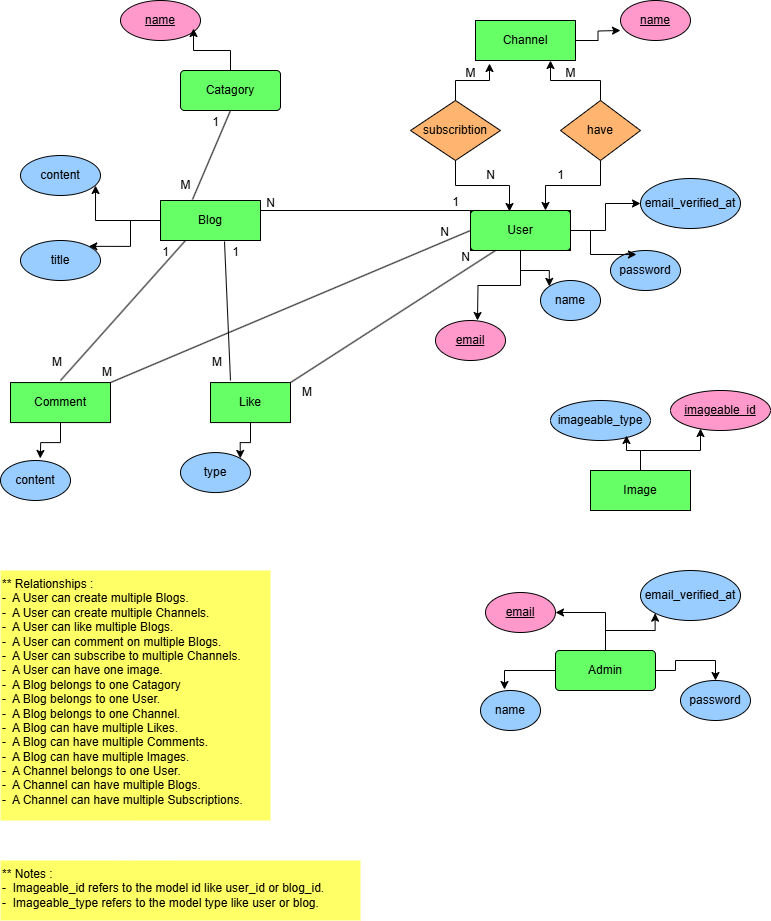
Earlier version of the draw.io export ERD.png (MohamedEmadEldeen09/Blog-Rest-Api). Source tidied: cells renumbered, new cells last; positions are measured from the earlier drawing's top-left corner, leaving out a move shared by most shapes.
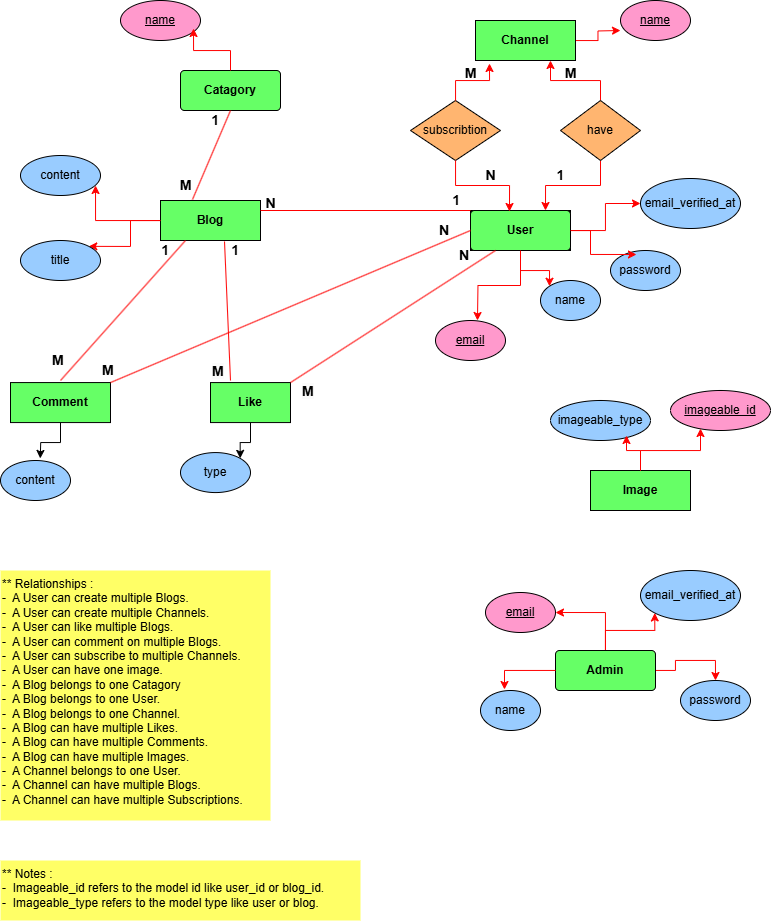
Later version of the same file.

Commit message:
make the erd background as white

What changed in the source:
```diff
@@ -1,2 +1,2 @@
-<mxGraphModel>
+<mxGraphModel background="#FFFFFF">
   <root>
@@ -61,18 +61,18 @@
     </mxCell>
-    <mxCell id="21" style="edgeStyle=orthogonalEdgeStyle;rounded=0;jettySize=auto;html=1;" parent="1" edge="1" source="23" target="40">
+    <mxCell id="21" style="edgeStyle=orthogonalEdgeStyle;rounded=0;jettySize=auto;html=1;strokeColor=#FF0000;" parent="1" edge="1" source="23" target="40">
       <mxGeometry relative="1" as="geometry" />
     </mxCell>
-    <mxCell id="22" style="edgeStyle=orthogonalEdgeStyle;rounded=0;jettySize=auto;html=1;entryX=0;entryY=0;entryDx=0;entryDy=0;" parent="1" edge="1" source="23" target="39">
+    <mxCell id="22" style="edgeStyle=orthogonalEdgeStyle;rounded=0;jettySize=auto;html=1;entryX=0;entryY=0;entryDx=0;entryDy=0;strokeColor=#FF0000;" parent="1" edge="1" source="23" target="39">
       <mxGeometry relative="1" as="geometry" />
     </mxCell>
-    <mxCell id="23" value="User" style="rounded=1;arcSize=10;whiteSpace=wrap;html=1;align=center;direction=west;fillColor=#66FF66;" parent="1" vertex="1">
+    <mxCell id="23" value="&lt;b&gt;User&lt;/b&gt;" style="rounded=1;arcSize=10;whiteSpace=wrap;html=1;align=center;direction=west;fillColor=#66FF66;" parent="1" vertex="1">
       <mxGeometry x="470" y="210" width="100" height="40" as="geometry" />
     </mxCell>
-    <mxCell id="24" value="Catagory" style="rounded=1;arcSize=10;whiteSpace=wrap;html=1;align=center;fillColor=#66FF66;" parent="1" vertex="1">
+    <mxCell id="24" value="&lt;b&gt;Catagory&lt;/b&gt;" style="rounded=1;arcSize=10;whiteSpace=wrap;html=1;align=center;fillColor=#66FF66;" parent="1" vertex="1">
       <mxGeometry x="180" y="70" width="100" height="40" as="geometry" />
     </mxCell>
-    <mxCell id="25" style="edgeStyle=orthogonalEdgeStyle;rounded=0;jettySize=auto;html=1;entryX=1;entryY=0;entryDx=0;entryDy=0;" parent="1" edge="1" source="26" target="64">
+    <mxCell id="25" style="edgeStyle=orthogonalEdgeStyle;rounded=0;jettySize=auto;html=1;entryX=1;entryY=0;entryDx=0;entryDy=0;fillColor=#FF0000;strokeColor=#FF0000;" parent="1" edge="1" source="26" target="64">
       <mxGeometry relative="1" as="geometry" />
     </mxCell>
-    <mxCell id="26" value="Blog" style="whiteSpace=wrap;html=1;align=center;fillColor=#66FF66;" parent="1" vertex="1">
+    <mxCell id="26" value="&lt;b&gt;Blog&lt;/b&gt;" style="whiteSpace=wrap;html=1;align=center;fillColor=#66FF66;" parent="1" vertex="1">
       <mxGeometry x="160" y="200" width="100" height="40" as="geometry" />
@@ -82,3 +82,3 @@
     </mxCell>
-    <mxCell id="28" value="Like" style="whiteSpace=wrap;html=1;align=center;fillColor=#66FF66;" parent="1" vertex="1">
+    <mxCell id="28" value="&lt;b&gt;Like&lt;/b&gt;" style="whiteSpace=wrap;html=1;align=center;fillColor=#66FF66;" parent="1" vertex="1">
       <mxGeometry x="210" y="382.1" width="80" height="40" as="geometry" />
@@ -90,9 +90,9 @@
     </mxCell>
-    <mxCell id="30" value="Comment" style="whiteSpace=wrap;html=1;align=center;fillColor=#66FF66;" parent="1" vertex="1">
+    <mxCell id="30" value="&lt;font style=&quot;font-size: 12px;&quot;&gt;&lt;b style=&quot;&quot;&gt;Comment&lt;/b&gt;&lt;/font&gt;" style="whiteSpace=wrap;html=1;align=center;fillColor=#66FF66;" parent="1" vertex="1">
       <mxGeometry x="10" y="382.1" width="100" height="40" as="geometry" />
     </mxCell>
-    <mxCell id="31" value="Image" style="whiteSpace=wrap;html=1;align=center;fillColor=#66FF66;" parent="1" vertex="1">
+    <mxCell id="31" value="&lt;b&gt;Image&lt;/b&gt;" style="whiteSpace=wrap;html=1;align=center;fillColor=#66FF66;" parent="1" vertex="1">
       <mxGeometry x="590" y="470" width="100" height="40" as="geometry" />
     </mxCell>
-    <mxCell id="32" style="edgeStyle=orthogonalEdgeStyle;rounded=0;jettySize=auto;html=1;entryX=0;entryY=0.5;entryDx=0;entryDy=0;" parent="1" edge="1" source="33">
+    <mxCell id="32" style="edgeStyle=orthogonalEdgeStyle;rounded=0;jettySize=auto;html=1;entryX=0;entryY=0.5;entryDx=0;entryDy=0;strokeColor=#FF0000;" parent="1" edge="1" source="33">
       <mxGeometry relative="1" as="geometry">
@@ -101,3 +101,3 @@
     </mxCell>
-    <mxCell id="33" value="Channel" style="whiteSpace=wrap;html=1;align=center;fillColor=#66FF66;" parent="1" vertex="1">
+    <mxCell id="33" value="&lt;b&gt;Channel&lt;/b&gt;" style="whiteSpace=wrap;html=1;align=center;fillColor=#66FF66;" parent="1" vertex="1">
       <mxGeometry x="475" y="20" width="100" height="40" as="geometry" />
@@ -125,3 +125,3 @@
     </mxCell>
-    <mxCell id="41" style="edgeStyle=orthogonalEdgeStyle;rounded=0;jettySize=auto;html=1;entryX=0.814;entryY=0;entryDx=0;entryDy=0;entryPerimeter=0;" parent="1" edge="1" source="23">
+    <mxCell id="41" style="edgeStyle=orthogonalEdgeStyle;rounded=0;jettySize=auto;html=1;entryX=0.814;entryY=0;entryDx=0;entryDy=0;entryPerimeter=0;strokeColor=#FF0000;" parent="1" edge="1" source="23">
       <mxGeometry relative="1" as="geometry">
@@ -130,3 +130,3 @@
     </mxCell>
-    <mxCell id="42" style="edgeStyle=orthogonalEdgeStyle;rounded=0;jettySize=auto;html=1;entryX=0.371;entryY=0.1;entryDx=0;entryDy=0;entryPerimeter=0;" parent="1" edge="1" source="23" target="38">
+    <mxCell id="42" style="edgeStyle=orthogonalEdgeStyle;rounded=0;jettySize=auto;html=1;entryX=0.371;entryY=0.1;entryDx=0;entryDy=0;entryPerimeter=0;strokeColor=#FF0000;" parent="1" edge="1" source="23" target="38">
       <mxGeometry relative="1" as="geometry" />
@@ -136,6 +136,6 @@
     </mxCell>
-    <mxCell id="44" style="edgeStyle=orthogonalEdgeStyle;rounded=0;jettySize=auto;html=1;entryX=0.76;entryY=0.875;entryDx=0;entryDy=0;entryPerimeter=0;" parent="1" edge="1" source="31" target="34">
+    <mxCell id="44" style="edgeStyle=orthogonalEdgeStyle;rounded=0;jettySize=auto;html=1;entryX=0.76;entryY=0.875;entryDx=0;entryDy=0;entryPerimeter=0;strokeColor=#FF0000;" parent="1" edge="1" source="31" target="34">
       <mxGeometry relative="1" as="geometry" />
     </mxCell>
-    <mxCell id="45" style="edgeStyle=orthogonalEdgeStyle;rounded=0;jettySize=auto;html=1;entryX=0.3;entryY=0.95;entryDx=0;entryDy=0;entryPerimeter=0;" parent="1" edge="1" source="31" target="43">
+    <mxCell id="45" style="edgeStyle=orthogonalEdgeStyle;rounded=0;jettySize=auto;html=1;entryX=0.3;entryY=0.95;entryDx=0;entryDy=0;entryPerimeter=0;strokeColor=#FF0000;" parent="1" edge="1" source="31" target="43">
       <mxGeometry relative="1" as="geometry" />
@@ -148,3 +148,3 @@
     </mxCell>
-    <mxCell id="48" style="endArrow=none;html=1;rounded=0;exitX=1;exitY=0.25;exitDx=0;exitDy=0;" parent="1" edge="1" source="26">
+    <mxCell id="48" style="endArrow=none;html=1;rounded=0;exitX=1;exitY=0.25;exitDx=0;exitDy=0;strokeColor=#FF0000;" parent="1" edge="1" source="26">
       <mxGeometry relative="1" as="geometry">
@@ -153,3 +153,3 @@
     </mxCell>
-    <mxCell id="49" value="1" style="html=1;whiteSpace=wrap;align=right;verticalAlign=bottom;" parent="48" vertex="1">
+    <mxCell id="49" value="&lt;b style=&quot;font-size: 14px;&quot;&gt;1&lt;/b&gt;" style="html=1;whiteSpace=wrap;align=right;verticalAlign=bottom;" parent="48" vertex="1">
       <mxGeometry x="1" relative="1" as="geometry">
@@ -158,9 +158,9 @@
     </mxCell>
-    <mxCell id="50" value="N" style="text;html=1;align=center;verticalAlign=middle;strokeColor=none;fillColor=none;" parent="1" vertex="1">
+    <mxCell id="50" value="&lt;b style=&quot;font-size: 14px; text-align: right;&quot;&gt;N&lt;/b&gt;" style="text;html=1;align=center;verticalAlign=middle;strokeColor=none;fillColor=none;" parent="1" vertex="1">
       <mxGeometry x="255" y="188" width="30" height="30" as="geometry" />
     </mxCell>
-    <mxCell id="51" style="endArrow=none;html=1;rounded=0;entryX=0.5;entryY=1;entryDx=0;entryDy=0;exitX=0.32;exitY=-0.025;exitDx=0;exitDy=0;exitPerimeter=0;" parent="1" edge="1" source="26" target="24">
+    <mxCell id="51" style="endArrow=none;html=1;rounded=0;entryX=0.5;entryY=1;entryDx=0;entryDy=0;exitX=0.32;exitY=-0.025;exitDx=0;exitDy=0;exitPerimeter=0;fillColor=#FF0000;strokeColor=#FF0000;" parent="1" edge="1" source="26" target="24">
       <mxGeometry relative="1" as="geometry" />
     </mxCell>
-    <mxCell id="52" value="1" style="html=1;whiteSpace=wrap;align=right;verticalAlign=bottom;" parent="51" vertex="1">
+    <mxCell id="52" value="&lt;font style=&quot;font-size: 14px;&quot;&gt;&lt;b&gt;1&lt;/b&gt;&lt;/font&gt;" style="html=1;whiteSpace=wrap;align=right;verticalAlign=bottom;fillColor=#FF0000;strokeColor=light-dark(#FF0000,#FF9090);" parent="51" vertex="1">
       <mxGeometry x="1" relative="1" as="geometry">
@@ -169,9 +169,9 @@
     </mxCell>
-    <mxCell id="53" value="M" style="text;html=1;align=center;verticalAlign=middle;strokeColor=none;fillColor=none;" parent="1" vertex="1">
-      <mxGeometry x="170" y="170" width="30" height="30" as="geometry" />
+    <mxCell id="53" value="&lt;font style=&quot;font-size: 14px;&quot;&gt;&lt;b style=&quot;&quot;&gt;M&lt;/b&gt;&lt;/font&gt;" style="text;html=1;align=center;verticalAlign=middle;strokeColor=none;fillColor=none;" parent="1" vertex="1">
+      <mxGeometry x="165" y="170" width="40" height="30" as="geometry" />
     </mxCell>
-    <mxCell id="54" style="edgeStyle=orthogonalEdgeStyle;rounded=0;jettySize=auto;html=1;entryX=0.75;entryY=1;entryDx=0;entryDy=0;" parent="1" edge="1" source="56" target="33">
+    <mxCell id="54" style="edgeStyle=orthogonalEdgeStyle;rounded=0;jettySize=auto;html=1;entryX=0.75;entryY=1;entryDx=0;entryDy=0;strokeColor=#FF0000;" parent="1" edge="1" source="56" target="33">
       <mxGeometry relative="1" as="geometry" />
     </mxCell>
-    <mxCell id="55" style="edgeStyle=orthogonalEdgeStyle;rounded=0;jettySize=auto;html=1;entryX=0.25;entryY=1;entryDx=0;entryDy=0;" parent="1" edge="1" source="56" target="23">
+    <mxCell id="55" style="edgeStyle=orthogonalEdgeStyle;rounded=0;jettySize=auto;html=1;entryX=0.25;entryY=1;entryDx=0;entryDy=0;strokeColor=#FF0000;" parent="1" edge="1" source="56" target="23">
       <mxGeometry relative="1" as="geometry" />
@@ -184,18 +184,15 @@
     </mxCell>
-    <mxCell id="58" style="edgeStyle=orthogonalEdgeStyle;rounded=0;jettySize=auto;html=1;entryX=0.14;entryY=1.075;entryDx=0;entryDy=0;entryPerimeter=0;" parent="1" edge="1" source="57" target="33">
+    <mxCell id="58" style="edgeStyle=orthogonalEdgeStyle;rounded=0;jettySize=auto;html=1;entryX=0.14;entryY=1.075;entryDx=0;entryDy=0;entryPerimeter=0;strokeColor=#FF0000;" parent="1" edge="1" source="57" target="33">
       <mxGeometry relative="1" as="geometry" />
     </mxCell>
-    <mxCell id="59" style="edgeStyle=orthogonalEdgeStyle;rounded=0;jettySize=auto;html=1;entryX=0.61;entryY=0.975;entryDx=0;entryDy=0;entryPerimeter=0;" parent="1" edge="1" source="57" target="23">
+    <mxCell id="59" style="edgeStyle=orthogonalEdgeStyle;rounded=0;jettySize=auto;html=1;entryX=0.61;entryY=0.975;entryDx=0;entryDy=0;entryPerimeter=0;strokeColor=#FF0000;" parent="1" edge="1" source="57" target="23">
       <mxGeometry relative="1" as="geometry" />
     </mxCell>
-    <mxCell id="60" value="1" style="text;html=1;align=center;verticalAlign=middle;strokeColor=none;fillColor=none;" parent="1" vertex="1">
-      <mxGeometry x="545" y="160" width="30" height="30" as="geometry" />
-    </mxCell>
-    <mxCell id="61" value="M" style="text;html=1;align=center;verticalAlign=middle;strokeColor=none;fillColor=none;" parent="1" vertex="1">
-      <mxGeometry x="555" y="58" width="30" height="30" as="geometry" />
+    <mxCell id="61" value="&lt;b style=&quot;font-size: 14px;&quot;&gt;M&lt;/b&gt;" style="text;html=1;align=center;verticalAlign=middle;strokeColor=none;fillColor=none;" parent="1" vertex="1">
+      <mxGeometry x="550" y="58" width="40" height="30" as="geometry" />
     </mxCell>
-    <mxCell id="62" value="M" style="text;html=1;align=center;verticalAlign=middle;strokeColor=none;fillColor=none;" parent="1" vertex="1">
-      <mxGeometry x="455" y="58" width="30" height="30" as="geometry" />
+    <mxCell id="62" value="&lt;b style=&quot;font-size: 14px;&quot;&gt;M&lt;/b&gt;" style="text;html=1;align=center;verticalAlign=middle;strokeColor=none;fillColor=none;" parent="1" vertex="1">
+      <mxGeometry x="450" y="58" width="40" height="30" as="geometry" />
     </mxCell>
-    <mxCell id="63" value="N" style="text;html=1;align=center;verticalAlign=middle;strokeColor=none;fillColor=none;" parent="1" vertex="1">
+    <mxCell id="63" value="&lt;b style=&quot;font-size: 14px; text-align: right;&quot;&gt;N&lt;/b&gt;" style="text;html=1;align=center;verticalAlign=middle;strokeColor=none;fillColor=none;" parent="1" vertex="1">
       <mxGeometry x="475" y="160" width="30" height="30" as="geometry" />
@@ -208,9 +205,9 @@
     </mxCell>
-    <mxCell id="66" style="edgeStyle=orthogonalEdgeStyle;rounded=0;jettySize=auto;html=1;entryX=0.913;entryY=0.7;entryDx=0;entryDy=0;entryPerimeter=0;" parent="1" edge="1" source="24" target="36">
+    <mxCell id="66" style="edgeStyle=orthogonalEdgeStyle;rounded=0;jettySize=auto;html=1;entryX=0.913;entryY=0.7;entryDx=0;entryDy=0;entryPerimeter=0;strokeColor=#FF0000;" parent="1" edge="1" source="24" target="36">
       <mxGeometry relative="1" as="geometry" />
     </mxCell>
-    <mxCell id="67" style="edgeStyle=orthogonalEdgeStyle;rounded=0;jettySize=auto;html=1;entryX=0.938;entryY=0.75;entryDx=0;entryDy=0;entryPerimeter=0;" parent="1" edge="1" source="26" target="65">
+    <mxCell id="67" style="edgeStyle=orthogonalEdgeStyle;rounded=0;jettySize=auto;html=1;entryX=0.938;entryY=0.75;entryDx=0;entryDy=0;entryPerimeter=0;fillColor=#FF0000;strokeColor=#FF0000;" parent="1" edge="1" source="26" target="65">
       <mxGeometry relative="1" as="geometry" />
     </mxCell>
-    <mxCell id="68" style="endArrow=none;html=1;rounded=0;entryX=0.25;entryY=1;entryDx=0;entryDy=0;" parent="1" edge="1" target="26">
+    <mxCell id="68" style="endArrow=none;html=1;rounded=0;entryX=0.25;entryY=1;entryDx=0;entryDy=0;fillColor=#FF0000;strokeColor=#FF0000;" parent="1" edge="1" target="26">
       <mxGeometry relative="1" as="geometry">
@@ -219,3 +216,3 @@
     </mxCell>
-    <mxCell id="69" value="M" style="html=1;whiteSpace=wrap;align=left;verticalAlign=bottom;" parent="68" vertex="1">
+    <mxCell id="69" value="&lt;b style=&quot;font-size: 14px; text-align: center;&quot;&gt;M&lt;/b&gt;" style="html=1;whiteSpace=wrap;align=left;verticalAlign=bottom;" parent="68" vertex="1">
       <mxGeometry x="-1" relative="1" as="geometry">
@@ -224,3 +221,3 @@
     </mxCell>
-    <mxCell id="70" value="1" style="html=1;whiteSpace=wrap;align=right;verticalAlign=bottom;" parent="68" vertex="1">
+    <mxCell id="70" value="&lt;b style=&quot;font-size: 14px;&quot;&gt;1&lt;/b&gt;" style="html=1;whiteSpace=wrap;align=right;verticalAlign=bottom;" parent="68" vertex="1">
       <mxGeometry x="1" relative="1" as="geometry">
@@ -229,3 +226,3 @@
     </mxCell>
-    <mxCell id="71" style="endArrow=none;html=1;rounded=0;entryX=0.64;entryY=1.025;entryDx=0;entryDy=0;entryPerimeter=0;" parent="1" edge="1" target="26">
+    <mxCell id="71" style="endArrow=none;html=1;rounded=0;entryX=0.64;entryY=1.025;entryDx=0;entryDy=0;entryPerimeter=0;fillColor=#FF0000;strokeColor=#FF0000;" parent="1" edge="1" target="26">
       <mxGeometry relative="1" as="geometry">
@@ -234,8 +231,8 @@
     </mxCell>
-    <mxCell id="72" value="M" style="html=1;whiteSpace=wrap;align=left;verticalAlign=bottom;" parent="71" vertex="1">
+    <mxCell id="72" value="&#10;&lt;b style=&quot;forced-color-adjust: none; color: rgb(0, 0, 0); font-family: Helvetica; font-size: 14px; font-style: normal; font-variant-ligatures: normal; font-variant-caps: normal; letter-spacing: normal; orphans: 2; text-align: center; text-indent: 0px; text-transform: none; widows: 2; word-spacing: 0px; -webkit-text-stroke-width: 0px; white-space: nowrap; background-color: rgb(251, 251, 251); text-decoration-thickness: initial; text-decoration-style: initial; text-decoration-color: initial;&quot;&gt;M&lt;/b&gt;&#10;&#10;" style="html=1;whiteSpace=wrap;align=left;verticalAlign=bottom;" parent="71" vertex="1">
       <mxGeometry x="-1" relative="1" as="geometry">
-        <mxPoint x="-20" y="-10" as="offset" />
+        <mxPoint x="-20" y="30" as="offset" />
       </mxGeometry>
     </mxCell>
-    <mxCell id="73" value="1" style="html=1;whiteSpace=wrap;align=right;verticalAlign=bottom;" parent="71" vertex="1">
+    <mxCell id="73" value="&lt;b style=&quot;font-size: 14px;&quot;&gt;1&lt;/b&gt;" style="html=1;whiteSpace=wrap;align=right;verticalAlign=bottom;" parent="71" vertex="1">
       <mxGeometry x="1" relative="1" as="geometry">
@@ -244,19 +241,19 @@
     </mxCell>
-    <mxCell id="74" style="endArrow=none;html=1;rounded=0;entryX=0.75;entryY=0;entryDx=0;entryDy=0;exitX=1;exitY=0;exitDx=0;exitDy=0;" parent="1" edge="1" source="28" target="23">
+    <mxCell id="74" style="endArrow=none;html=1;rounded=0;entryX=0.75;entryY=0;entryDx=0;entryDy=0;exitX=1;exitY=0;exitDx=0;exitDy=0;strokeColor=#FF0000;" parent="1" edge="1" source="28" target="23">
       <mxGeometry relative="1" as="geometry" />
     </mxCell>
-    <mxCell id="75" value="M" style="html=1;whiteSpace=wrap;align=left;verticalAlign=bottom;" parent="74" vertex="1">
+    <mxCell id="75" value="&#10;&lt;b style=&quot;forced-color-adjust: none; color: rgb(0, 0, 0); font-family: Helvetica; font-size: 14px; font-style: normal; font-variant-ligatures: normal; font-variant-caps: normal; letter-spacing: normal; orphans: 2; text-align: center; text-indent: 0px; text-transform: none; widows: 2; word-spacing: 0px; -webkit-text-stroke-width: 0px; white-space: nowrap; background-color: rgb(251, 251, 251); text-decoration-thickness: initial; text-decoration-style: initial; text-decoration-color: initial;&quot;&gt;M&lt;/b&gt;&#10;&#10;" style="html=1;whiteSpace=wrap;align=left;verticalAlign=bottom;" parent="74" vertex="1">
       <mxGeometry x="-1" relative="1" as="geometry">
-        <mxPoint x="10" y="18" as="offset" />
+        <mxPoint x="10" y="48" as="offset" />
       </mxGeometry>
     </mxCell>
-    <mxCell id="76" value="N" style="html=1;whiteSpace=wrap;align=right;verticalAlign=bottom;" parent="74" vertex="1">
+    <mxCell id="76" value="&lt;b style=&quot;font-size: 14px;&quot;&gt;N&lt;/b&gt;" style="html=1;whiteSpace=wrap;align=right;verticalAlign=bottom;" parent="74" vertex="1">
       <mxGeometry x="1" relative="1" as="geometry">
-        <mxPoint x="-24" y="15" as="offset" />
+        <mxPoint x="-25" y="15" as="offset" />
       </mxGeometry>
     </mxCell>
-    <mxCell id="77" style="endArrow=none;html=1;rounded=0;entryX=1;entryY=0.5;entryDx=0;entryDy=0;exitX=1;exitY=0;exitDx=0;exitDy=0;" parent="1" edge="1" source="30" target="23">
+    <mxCell id="77" style="endArrow=none;html=1;rounded=0;entryX=1;entryY=0.5;entryDx=0;entryDy=0;exitX=1;exitY=0;exitDx=0;exitDy=0;fillColor=#FF0000;strokeColor=#FF0000;" parent="1" edge="1" source="30" target="23">
       <mxGeometry relative="1" as="geometry" />
     </mxCell>
-    <mxCell id="78" value="M" style="html=1;whiteSpace=wrap;align=left;verticalAlign=bottom;" parent="77" vertex="1">
+    <mxCell id="78" value="&lt;b style=&quot;font-size: 14px; text-align: center;&quot;&gt;M&lt;/b&gt;" style="html=1;whiteSpace=wrap;align=left;verticalAlign=bottom;" parent="77" vertex="1">
       <mxGeometry x="-1" relative="1" as="geometry">
@@ -265,3 +262,3 @@
     </mxCell>
-    <mxCell id="79" value="N" style="html=1;whiteSpace=wrap;align=right;verticalAlign=bottom;" parent="77" vertex="1">
+    <mxCell id="79" value="&lt;font style=&quot;font-size: 14px;&quot;&gt;&lt;b&gt;N&lt;/b&gt;&lt;/font&gt;" style="html=1;whiteSpace=wrap;align=right;verticalAlign=bottom;" parent="77" vertex="1">
       <mxGeometry x="1" relative="1" as="geometry">
@@ -270,12 +267,12 @@
     </mxCell>
-    <mxCell id="80" style="edgeStyle=orthogonalEdgeStyle;rounded=0;jettySize=auto;html=1;entryX=1;entryY=0.5;entryDx=0;entryDy=0;" parent="1" edge="1" source="83" target="84">
+    <mxCell id="80" style="edgeStyle=orthogonalEdgeStyle;rounded=0;jettySize=auto;html=1;entryX=1;entryY=0.5;entryDx=0;entryDy=0;strokeColor=#FF0000;" parent="1" edge="1" source="83" target="84">
       <mxGeometry relative="1" as="geometry" />
     </mxCell>
-    <mxCell id="81" style="edgeStyle=orthogonalEdgeStyle;rounded=0;jettySize=auto;html=1;entryX=0.5;entryY=0;entryDx=0;entryDy=0;" parent="1" edge="1" source="83" target="85">
+    <mxCell id="81" style="edgeStyle=orthogonalEdgeStyle;rounded=0;jettySize=auto;html=1;entryX=0.5;entryY=0;entryDx=0;entryDy=0;strokeColor=#FF0000;" parent="1" edge="1" source="83" target="85">
       <mxGeometry relative="1" as="geometry" />
     </mxCell>
-    <mxCell id="82" style="edgeStyle=orthogonalEdgeStyle;rounded=0;jettySize=auto;html=1;entryX=0;entryY=1;entryDx=0;entryDy=0;" parent="1" edge="1" source="83" target="87">
+    <mxCell id="82" style="edgeStyle=orthogonalEdgeStyle;rounded=0;jettySize=auto;html=1;entryX=0;entryY=1;entryDx=0;entryDy=0;strokeColor=#FF0000;" parent="1" edge="1" source="83" target="87">
       <mxGeometry relative="1" as="geometry" />
     </mxCell>
-    <mxCell id="83" value="Admin" style="rounded=1;arcSize=10;whiteSpace=wrap;html=1;align=center;direction=west;fillColor=#66FF66;" parent="1" vertex="1">
+    <mxCell id="83" value="&lt;b&gt;Admin&lt;/b&gt;" style="rounded=1;arcSize=10;whiteSpace=wrap;html=1;align=center;direction=west;fillColor=#66FF66;" parent="1" vertex="1">
       <mxGeometry x="555" y="650" width="100" height="40" as="geometry" />
@@ -294,3 +291,3 @@
     </mxCell>
-    <mxCell id="88" style="edgeStyle=orthogonalEdgeStyle;rounded=0;jettySize=auto;html=1;entryX=0.4;entryY=-0.025;entryDx=0;entryDy=0;entryPerimeter=0;" parent="1" edge="1" source="83" target="86">
+    <mxCell id="88" style="edgeStyle=orthogonalEdgeStyle;rounded=0;jettySize=auto;html=1;entryX=0.4;entryY=-0.025;entryDx=0;entryDy=0;entryPerimeter=0;strokeColor=#FF0000;" parent="1" edge="1" source="83" target="86">
       <mxGeometry relative="1" as="geometry" />
@@ -303,2 +300,5 @@
     </mxCell>
+    <mxCell id="60" value="&lt;div&gt;&lt;b style=&quot;font-size: 14px; text-align: right;&quot;&gt;1&lt;/b&gt;&lt;/div&gt;" style="text;html=1;align=center;verticalAlign=middle;strokeColor=none;fillColor=none;" parent="1" vertex="1">
+      <mxGeometry x="545" y="160" width="30" height="30" as="geometry" />
+    </mxCell>
   </root>
```
